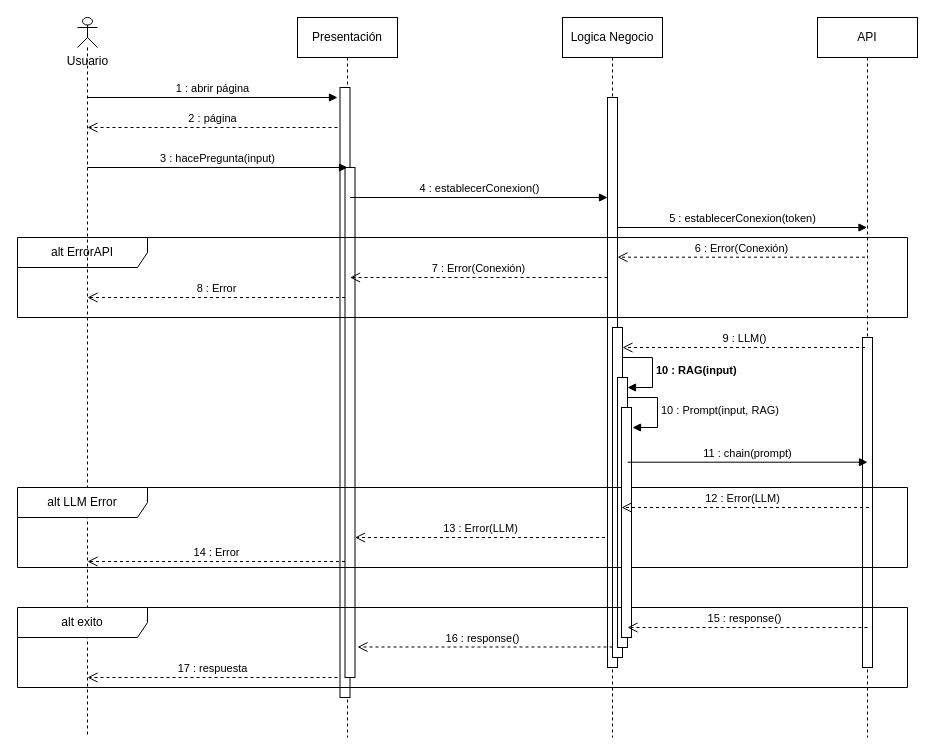
This is page "Page-3" (3 of 6) of project-docs/RAG_Architecture.drawio from jrg1013/chatbot, a draw.io file, before an edit. Source tidied: cells renumbered, new cells numbered last; positions are measured from the earlier drawing's top-left corner, leaving out a move shared by most shapes. Both pictures are drawn from the tidied source at 100%, with x=0, y=0 at pixel (17, 17).
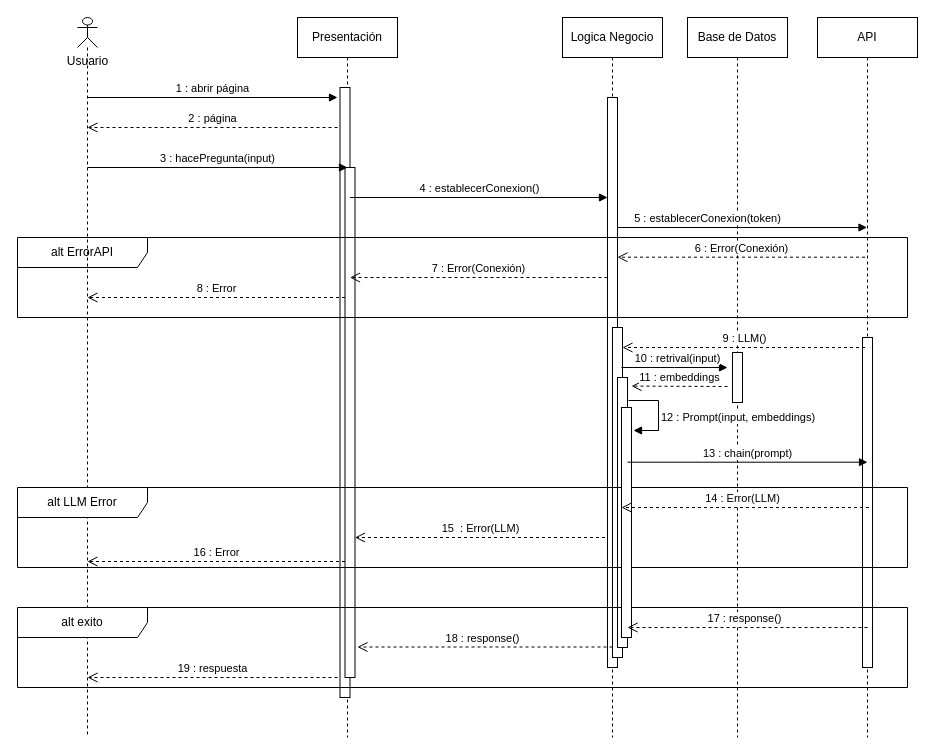
The same page after the edit.

The change refers to these unchanged cells:
```xml
<mxCell id="4" style="html=1;points=[];perimeter=orthogonalPerimeter;outlineConnect=0;targetShapes=umlLifeline;portConstraint=eastwest;newEdgeStyle={&quot;edgeStyle&quot;:&quot;elbowEdgeStyle&quot;,&quot;elbow&quot;:&quot;vertical&quot;,&quot;curved&quot;:0,&quot;rounded&quot;:0};" parent="2" vertex="1">
  <mxGeometry x="47.5" y="150" width="10" height="510" as="geometry" />
</mxCell>
<mxCell id="5" value="Logica Negocio" style="shape=umlLifeline;perimeter=lifelinePerimeter;whiteSpace=wrap;html=1;newEdgeStyle={&quot;edgeStyle&quot;:&quot;elbowEdgeStyle&quot;,&quot;elbow&quot;:&quot;vertical&quot;,&quot;curved&quot;:0,&quot;rounded&quot;:0};" parent="1" vertex="1">
  <mxGeometry x="545" width="100" height="720" as="geometry" />
</mxCell>
<mxCell id="7" style="html=1;points=[[0,0,0,0,5],[0,1,0,0,-5],[1,0,0,0,5],[1,1,0,0,-5]];perimeter=orthogonalPerimeter;outlineConnect=0;targetShapes=umlLifeline;portConstraint=eastwest;newEdgeStyle={&quot;curved&quot;:0,&quot;rounded&quot;:0};" parent="5" vertex="1">
  <mxGeometry x="50" y="310" width="10" height="330" as="geometry" />
</mxCell>
<mxCell id="8" style="html=1;points=[[0,0,0,0,5],[0,1,0,0,-5],[1,0,0,0,5],[1,1,0,0,-5]];perimeter=orthogonalPerimeter;outlineConnect=0;targetShapes=umlLifeline;portConstraint=eastwest;newEdgeStyle={&quot;curved&quot;:0,&quot;rounded&quot;:0};" parent="5" vertex="1">
  <mxGeometry x="55" y="360" width="10" height="270" as="geometry" />
</mxCell>
<mxCell id="14" value="API" style="shape=umlLifeline;perimeter=lifelinePerimeter;whiteSpace=wrap;html=1;outlineConnect=0;portConstraint=eastwest;newEdgeStyle={&quot;edgeStyle&quot;:&quot;elbowEdgeStyle&quot;,&quot;elbow&quot;:&quot;vertical&quot;,&quot;curved&quot;:0,&quot;rounded&quot;:0};" parent="1" vertex="1">
  <mxGeometry x="800" width="100" height="720" as="geometry" />
</mxCell>
```

Change to the diagram source:
```diff
@@
+    <mxCell id="35" value="Base de Datos" style="shape=umlLifeline;perimeter=lifelinePerimeter;whiteSpace=wrap;html=1;newEdgeStyle={&quot;edgeStyle&quot;:&quot;elbowEdgeStyle&quot;,&quot;elbow&quot;:&quot;vertical&quot;,&quot;curved&quot;:0,&quot;rounded&quot;:0};" parent="1" vertex="1">
+      <mxGeometry x="670" width="100" height="720" as="geometry" />
+    </mxCell>
+    <mxCell id="36" style="html=1;perimeter=orthogonalPerimeter;targetShapes=umlLifeline;newEdgeStyle={&quot;edgeStyle&quot;:&quot;elbowEdgeStyle&quot;,&quot;elbow&quot;:&quot;vertical&quot;,&quot;curved&quot;:0,&quot;rounded&quot;:0};" parent="35" vertex="1">
+      <mxGeometry x="45" y="335" width="10" height="50" as="geometry" />
+    </mxCell>
@@
-    <mxCell id="9" value="10 : RAG(input)" style="html=1;align=left;spacingLeft=2;endArrow=block;rounded=0;edgeStyle=orthogonalEdgeStyle;curved=0;rounded=0;fontStyle=1;" parent="5" edge="1" target="8">
-      <mxGeometry relative="1" as="geometry">
-        <mxPoint x="60" y="340" as="sourcePoint" />
-        <Array as="points">
-          <mxPoint x="90" y="370" />
-        </Array>
-      </mxGeometry>
-    </mxCell>
@@
     <mxCell id="16" value="5 : establecerConexion(token)" style="html=1;verticalAlign=bottom;endArrow=block;edgeStyle=elbowEdgeStyle;elbow=vertical;curved=0;rounded=0;" parent="1" edge="1" target="14">
-      <mxGeometry relative="1" as="geometry">
+      <mxGeometry x="-0.28" relative="1" as="geometry">
         <mxPoint x="600" y="210" as="sourcePoint" />
         <Array as="points">
           <mxPoint x="772.5" y="210" />
         </Array>
       </mxGeometry>
     </mxCell>
@@
-    <mxCell id="25" value="14 : Error" style="html=1;verticalAlign=bottom;endArrow=open;dashed=1;endSize=8;edgeStyle=elbowEdgeStyle;elbow=vertical;curved=0;rounded=0;" parent="1" edge="1">
+    <mxCell id="25" value="16 : Error" style="html=1;verticalAlign=bottom;endArrow=open;dashed=1;endSize=8;edgeStyle=elbowEdgeStyle;elbow=vertical;curved=0;rounded=0;" parent="1" edge="1">
       <mxGeometry relative="1" as="geometry">
         <mxPoint x="327.5" y="544" as="sourcePoint" />
         <mxPoint x="70" y="544" as="targetPoint" />
         <Array as="points">
           <mxPoint x="252.5" y="544" />
         </Array>
       </mxGeometry>
     </mxCell>
-    <mxCell id="26" value="13 : Error(LLM)" style="html=1;verticalAlign=bottom;endArrow=open;dashed=1;endSize=8;edgeStyle=elbowEdgeStyle;elbow=vertical;curved=0;rounded=0;" parent="1" edge="1" target="4">
+    <mxCell id="26" value="15&amp;nbsp; : Error(LLM)" style="html=1;verticalAlign=bottom;endArrow=open;dashed=1;endSize=8;edgeStyle=elbowEdgeStyle;elbow=vertical;curved=0;rounded=0;" parent="1" edge="1" target="4">
       <mxGeometry relative="1" as="geometry">
         <mxPoint x="587.5" y="520" as="sourcePoint" />
         <Array as="points">
           <mxPoint x="512.5" y="520" />
         </Array>
       </mxGeometry>
     </mxCell>
@@
-    <mxCell id="28" value="17&amp;nbsp;: respuesta" style="html=1;verticalAlign=bottom;endArrow=open;dashed=1;endSize=8;edgeStyle=elbowEdgeStyle;elbow=vertical;curved=0;rounded=0;" parent="1" edge="1">
+    <mxCell id="28" value="19 : respuesta" style="html=1;verticalAlign=bottom;endArrow=open;dashed=1;endSize=8;edgeStyle=elbowEdgeStyle;elbow=vertical;curved=0;rounded=0;" parent="1" edge="1">
       <mxGeometry relative="1" as="geometry">
         <mxPoint x="320" y="660" as="sourcePoint" />
         <mxPoint x="70" y="660" as="targetPoint" />
         <Array as="points">
           <mxPoint x="262.5" y="660" />
         </Array>
       </mxGeometry>
     </mxCell>
-    <mxCell id="29" value="10 : Prompt(input, RAG)" style="html=1;align=left;spacingLeft=2;endArrow=block;rounded=0;edgeStyle=orthogonalEdgeStyle;curved=0;rounded=0;" parent="1" edge="1">
-      <mxGeometry relative="1" as="geometry">
-        <mxPoint x="610" y="380" as="sourcePoint" />
-        <mxPoint x="615" y="410" as="targetPoint" />
+    <mxCell id="29" value="12 : Prompt(input, embeddings)" style="html=1;align=left;spacingLeft=2;endArrow=block;rounded=0;edgeStyle=orthogonalEdgeStyle;curved=0;rounded=0;" parent="1" edge="1">
+      <mxGeometry x="0.11" y="-1" relative="1" as="geometry">
+        <mxPoint x="611" y="383" as="sourcePoint" />
+        <mxPoint x="616" y="413" as="targetPoint" />
         <Array as="points">
-          <mxPoint x="640" y="410" />
+          <mxPoint x="641" y="413" />
         </Array>
       </mxGeometry>
     </mxCell>
@@
-    <mxCell id="31" value="11 : chain(prompt)" style="html=1;verticalAlign=bottom;endArrow=block;edgeStyle=elbowEdgeStyle;elbow=vertical;curved=0;rounded=0;" parent="1" edge="1">
+    <mxCell id="31" value="13 : chain(prompt)" style="html=1;verticalAlign=bottom;endArrow=block;edgeStyle=elbowEdgeStyle;elbow=vertical;curved=0;rounded=0;" parent="1" edge="1">
       <mxGeometry relative="1" as="geometry">
         <mxPoint x="610" y="444.7" as="sourcePoint" />
         <mxPoint x="850" y="445" as="targetPoint" />
         <Array as="points">
           <mxPoint x="782.5" y="444.7" />
         </Array>
       </mxGeometry>
     </mxCell>
-    <mxCell id="32" value="12 : Error(LLM)" style="html=1;verticalAlign=bottom;endArrow=open;dashed=1;endSize=8;edgeStyle=elbowEdgeStyle;elbow=vertical;curved=0;rounded=0;" parent="1" edge="1">
+    <mxCell id="32" value="14 : Error(LLM)" style="html=1;verticalAlign=bottom;endArrow=open;dashed=1;endSize=8;edgeStyle=elbowEdgeStyle;elbow=vertical;curved=0;rounded=0;" parent="1" edge="1">
       <mxGeometry x="0.03" relative="1" as="geometry">
         <mxPoint x="851.5" y="490" as="sourcePoint" />
         <mxPoint x="604" y="490.3" as="targetPoint" />
         <Array as="points">
           <mxPoint x="776.5" y="490" />
         </Array>
         <mxPoint x="1" as="offset" />
       </mxGeometry>
     </mxCell>
-    <mxCell id="33" value="15 : response()" style="html=1;verticalAlign=bottom;endArrow=open;dashed=1;endSize=8;edgeStyle=elbowEdgeStyle;elbow=vertical;curved=0;rounded=0;" parent="1" edge="1">
+    <mxCell id="33" value="17 : response()" style="html=1;verticalAlign=bottom;endArrow=open;dashed=1;endSize=8;edgeStyle=elbowEdgeStyle;elbow=vertical;curved=0;rounded=0;" parent="1" edge="1">
       <mxGeometry x="0.03" relative="1" as="geometry">
         <mxPoint x="850" y="610" as="sourcePoint" />
         <mxPoint x="610" y="610.3" as="targetPoint" />
         <Array as="points">
           <mxPoint x="782.5" y="610" />
         </Array>
         <mxPoint x="1" as="offset" />
       </mxGeometry>
     </mxCell>
-    <mxCell id="34" value="16 : response()" style="html=1;verticalAlign=bottom;endArrow=open;dashed=1;endSize=8;edgeStyle=elbowEdgeStyle;elbow=vertical;curved=0;rounded=0;" parent="1" edge="1" source="7">
+    <mxCell id="34" value="18 : response()" style="html=1;verticalAlign=bottom;endArrow=open;dashed=1;endSize=8;edgeStyle=elbowEdgeStyle;elbow=vertical;curved=0;rounded=0;" parent="1" edge="1" source="7">
       <mxGeometry x="0.03" relative="1" as="geometry">
         <mxPoint x="340" y="629.8" as="targetPoint" />
         <Array as="points">
           <mxPoint x="512.5" y="629.5" />
         </Array>
         <mxPoint x="1" as="offset" />
       </mxGeometry>
     </mxCell>
+    <mxCell id="37" value="11 : embeddings" style="html=1;verticalAlign=bottom;endArrow=open;dashed=1;endSize=8;edgeStyle=elbowEdgeStyle;elbow=vertical;curved=0;rounded=0;" parent="1" edge="1">
+      <mxGeometry relative="1" as="geometry">
+        <mxPoint x="710" y="369" as="sourcePoint" />
+        <mxPoint x="614" y="368.6" as="targetPoint" />
+        <Array as="points">
+          <mxPoint x="781.5" y="368.6" />
+        </Array>
+      </mxGeometry>
+    </mxCell>
+    <mxCell id="38" value="10 : retrival(input)" style="html=1;verticalAlign=bottom;endArrow=block;edgeStyle=elbowEdgeStyle;elbow=vertical;curved=0;rounded=0;" parent="1" edge="1">
+      <mxGeometry x="0.06" relative="1" as="geometry">
+        <mxPoint x="604" y="350" as="sourcePoint" />
+        <mxPoint x="710" y="350" as="targetPoint" />
+      </mxGeometry>
+    </mxCell>
```
